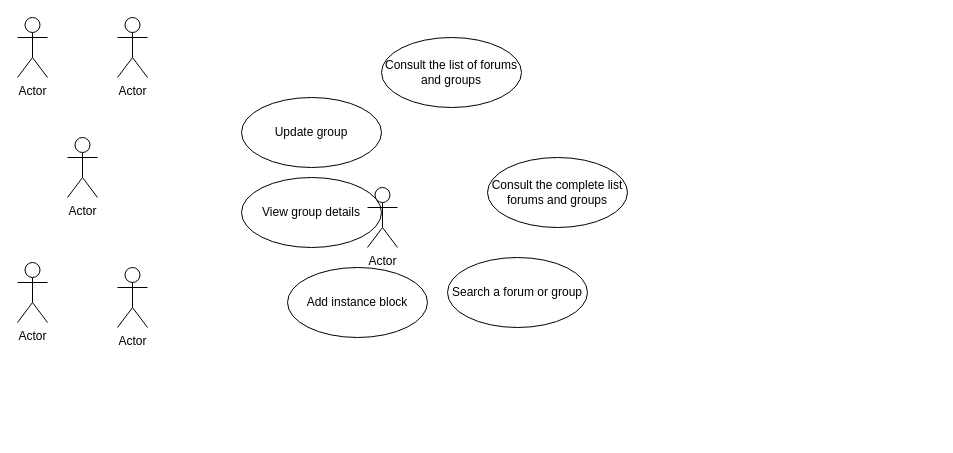
Before: Calculatrice/ES PKFRC use case block_course_resource.drawio in sngdtechnologies/Calculatrice, a draw.io diagram. Source tidied: cells renumbered, new cells numbered last; positions are measured from the earlier drawing's top-left corner, leaving out a move shared by most shapes. Both pictures are drawn from the tidied source at 100%, with x=0, y=0 at pixel (17, 17).
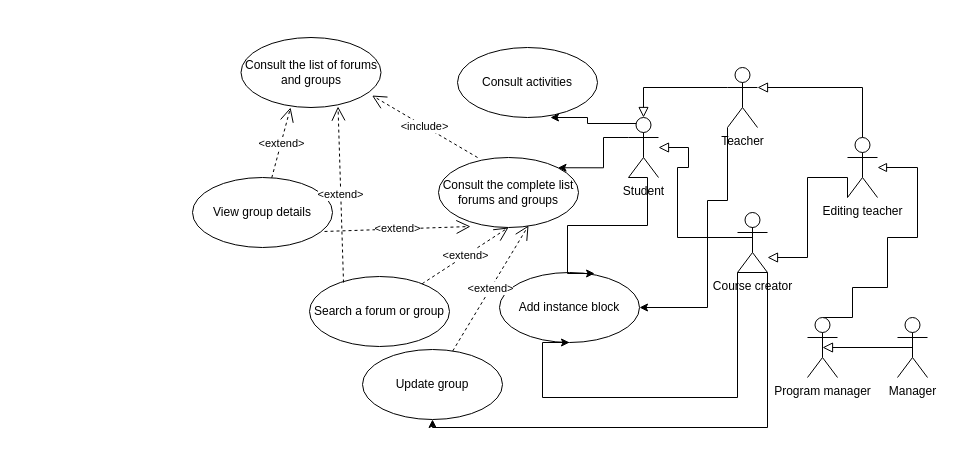
The same page after the edit.

Commit message:
Mettre à jour ES PKFRC use case block_course_resource.drawio

The edit, as a diff of the source:
```diff
@@
     <mxCell id="2" value="Add instance block" style="ellipse;whiteSpace=wrap;html=1;" parent="1" vertex="1">
-      <mxGeometry x="270" y="250" width="140" height="70" as="geometry" />
+      <mxGeometry x="482" y="255" width="140" height="70" as="geometry" />
     </mxCell>
     <mxCell id="3" value="View group details" style="ellipse;whiteSpace=wrap;html=1;" parent="1" vertex="1">
-      <mxGeometry x="224" y="160" width="140" height="70" as="geometry" />
+      <mxGeometry x="175" y="160" width="140" height="70" as="geometry" />
     </mxCell>
     <mxCell id="4" value="Update group" style="ellipse;whiteSpace=wrap;html=1;" parent="1" vertex="1">
-      <mxGeometry x="224" y="80" width="140" height="70" as="geometry" />
+      <mxGeometry x="345" y="332" width="140" height="70" as="geometry" />
     </mxCell>
     <mxCell id="5" value="Search a forum or group" style="ellipse;whiteSpace=wrap;html=1;" parent="1" vertex="1">
-      <mxGeometry x="430" y="240" width="140" height="70" as="geometry" />
+      <mxGeometry x="292" y="259" width="140" height="70" as="geometry" />
     </mxCell>
     <mxCell id="6" value="Consult the complete list forums and groups" style="ellipse;whiteSpace=wrap;html=1;" parent="1" vertex="1">
-      <mxGeometry x="470" y="140" width="140" height="70" as="geometry" />
+      <mxGeometry x="421" y="140" width="140" height="70" as="geometry" />
     </mxCell>
     <mxCell id="7" value="Consult the list of forums and groups" style="ellipse;whiteSpace=wrap;html=1;" parent="1" vertex="1">
-      <mxGeometry x="364" y="20" width="140" height="70" as="geometry" />
+      <mxGeometry x="223.5" y="20" width="140" height="70" as="geometry" />
     </mxCell>
+    <mxCell id="14" style="edgeStyle=orthogonalEdgeStyle;rounded=0;jettySize=auto;html=1;exitX=0;exitY=0.3333333333333333;exitDx=0;exitDy=0;exitPerimeter=0;entryX=1;entryY=0;entryDx=0;entryDy=0;" parent="1" edge="1" source="8" target="6">
+      <mxGeometry relative="1" as="geometry" />
+    </mxCell>
+    <mxCell id="15" style="edgeStyle=orthogonalEdgeStyle;rounded=0;jettySize=auto;html=1;exitX=0.25;exitY=0.1;exitDx=0;exitDy=0;exitPerimeter=0;entryX=0.664;entryY=1;entryDx=0;entryDy=0;entryPerimeter=0;" parent="1" edge="1" source="8" target="28">
+      <mxGeometry relative="1" as="geometry">
+        <Array as="points">
+          <mxPoint x="570" y="106" />
+          <mxPoint x="570" y="100" />
+        </Array>
+      </mxGeometry>
+    </mxCell>
-    <mxCell id="8" value="Actor" style="shape=umlActor;verticalLabelPosition=bottom;verticalAlign=top;html=1;" parent="1" vertex="1">
-      <mxGeometry x="350" y="170" width="30" height="60" as="geometry" />
+    <mxCell id="8" value="Student" style="shape=umlActor;verticalLabelPosition=bottom;verticalAlign=top;html=1;" parent="1" vertex="1">
+      <mxGeometry x="611" y="100" width="30" height="60" as="geometry" />
     </mxCell>
+    <mxCell id="16" style="edgeStyle=orthogonalEdgeStyle;rounded=0;jettySize=auto;html=1;exitX=0;exitY=1;exitDx=0;exitDy=0;exitPerimeter=0;" parent="1" edge="1" source="9" target="4">
+      <mxGeometry relative="1" as="geometry">
+        <Array as="points">
+          <mxPoint x="750" y="255" />
+          <mxPoint x="750" y="410" />
+          <mxPoint x="415" y="410" />
+        </Array>
+      </mxGeometry>
+    </mxCell>
+    <mxCell id="17" style="edgeStyle=orthogonalEdgeStyle;rounded=0;jettySize=auto;html=1;exitX=0.5;exitY=0;exitDx=0;exitDy=0;exitPerimeter=0;endArrow=block;endFill=0;endSize=8;" parent="1" edge="1" source="9" target="8">
+      <mxGeometry relative="1" as="geometry">
+        <Array as="points">
+          <mxPoint x="735" y="220" />
+          <mxPoint x="660" y="220" />
+          <mxPoint x="660" y="150" />
+          <mxPoint x="671" y="150" />
+          <mxPoint x="671" y="130" />
+        </Array>
+      </mxGeometry>
+    </mxCell>
-    <mxCell id="9" value="Actor" style="shape=umlActor;verticalLabelPosition=bottom;verticalAlign=top;html=1;" parent="1" vertex="1">
-      <mxGeometry x="100" y="250" width="30" height="60" as="geometry" />
+    <mxCell id="9" value="Course creator" style="shape=umlActor;verticalLabelPosition=bottom;verticalAlign=top;html=1;" parent="1" vertex="1">
+      <mxGeometry x="720" y="195" width="30" height="60" as="geometry" />
     </mxCell>
+    <mxCell id="18" style="edgeStyle=orthogonalEdgeStyle;rounded=0;jettySize=auto;html=1;exitX=0;exitY=1;exitDx=0;exitDy=0;exitPerimeter=0;" parent="1" edge="1" source="10" target="2">
+      <mxGeometry relative="1" as="geometry">
+        <Array as="points">
+          <mxPoint x="710" y="183" />
+          <mxPoint x="690" y="183" />
+          <mxPoint x="690" y="290" />
+        </Array>
+      </mxGeometry>
+    </mxCell>
-    <mxCell id="10" value="Actor" style="shape=umlActor;verticalLabelPosition=bottom;verticalAlign=top;html=1;" parent="1" vertex="1">
-      <mxGeometry y="245" width="30" height="60" as="geometry" />
+    <mxCell id="10" value="Teacher" style="shape=umlActor;verticalLabelPosition=bottom;verticalAlign=top;html=1;" parent="1" vertex="1">
+      <mxGeometry x="710" y="50" width="30" height="60" as="geometry" />
     </mxCell>
+    <mxCell id="19" style="edgeStyle=orthogonalEdgeStyle;rounded=0;jettySize=auto;html=1;exitX=0;exitY=1;exitDx=0;exitDy=0;exitPerimeter=0;endArrow=block;endFill=0;endSize=8;" parent="1" edge="1" source="11" target="9">
+      <mxGeometry relative="1" as="geometry">
+        <Array as="points">
+          <mxPoint x="830" y="160" />
+          <mxPoint x="790" y="160" />
+          <mxPoint x="790" y="240" />
+        </Array>
+      </mxGeometry>
+    </mxCell>
-    <mxCell id="11" value="Actor" style="shape=umlActor;verticalLabelPosition=bottom;verticalAlign=top;html=1;" parent="1" vertex="1">
-      <mxGeometry x="50" y="120" width="30" height="60" as="geometry" />
+    <mxCell id="11" value="Editing teacher" style="shape=umlActor;verticalLabelPosition=bottom;verticalAlign=top;html=1;" parent="1" vertex="1">
+      <mxGeometry x="830" y="120" width="30" height="60" as="geometry" />
     </mxCell>
+    <mxCell id="20" style="edgeStyle=orthogonalEdgeStyle;rounded=0;jettySize=auto;html=1;exitX=0.5;exitY=0;exitDx=0;exitDy=0;exitPerimeter=0;endArrow=block;endFill=0;endSize=7;" parent="1" edge="1" source="12" target="11">
+      <mxGeometry relative="1" as="geometry">
+        <Array as="points">
+          <mxPoint x="835" y="270" />
+          <mxPoint x="870" y="270" />
+          <mxPoint x="870" y="220" />
+          <mxPoint x="900" y="220" />
+          <mxPoint x="900" y="150" />
+        </Array>
+      </mxGeometry>
+    </mxCell>
-    <mxCell id="12" value="Actor" style="shape=umlActor;verticalLabelPosition=bottom;verticalAlign=top;html=1;" parent="1" vertex="1">
-      <mxGeometry x="100" width="30" height="60" as="geometry" />
+    <mxCell id="12" value="Program manager" style="shape=umlActor;verticalLabelPosition=bottom;verticalAlign=top;html=1;" parent="1" vertex="1">
+      <mxGeometry x="790" y="300" width="30" height="60" as="geometry" />
     </mxCell>
+    <mxCell id="21" style="edgeStyle=orthogonalEdgeStyle;rounded=0;jettySize=auto;html=1;exitX=0.5;exitY=0.5;exitDx=0;exitDy=0;exitPerimeter=0;entryX=0.5;entryY=0.5;entryDx=0;entryDy=0;entryPerimeter=0;endArrow=block;endFill=0;endSize=8;" parent="1" edge="1" source="13" target="12">
+      <mxGeometry relative="1" as="geometry" />
+    </mxCell>
-    <mxCell id="13" value="Actor" style="shape=umlActor;verticalLabelPosition=bottom;verticalAlign=top;html=1;" parent="1" vertex="1">
-      <mxGeometry width="30" height="60" as="geometry" />
+    <mxCell id="13" value="Manager" style="shape=umlActor;verticalLabelPosition=bottom;verticalAlign=top;html=1;" parent="1" vertex="1">
+      <mxGeometry x="880" y="300" width="30" height="60" as="geometry" />
     </mxCell>
+    <mxCell id="22" value="&amp;lt;include&amp;gt;" style="endArrow=open;endSize=12;dashed=1;html=1;rounded=0;entryX=0.936;entryY=0.829;entryDx=0;entryDy=0;entryPerimeter=0;exitX=0.279;exitY=0;exitDx=0;exitDy=0;exitPerimeter=0;" parent="1" edge="1" source="6" target="7">
+      <mxGeometry x="0.01" relative="1" as="geometry" />
+    </mxCell>
+    <mxCell id="23" value="&amp;lt;extend&amp;gt;" style="endArrow=open;endSize=12;dashed=1;html=1;rounded=0;entryX=0.643;entryY=0.971;entryDx=0;entryDy=0;entryPerimeter=0;" parent="1" edge="1" source="4" target="6">
+      <mxGeometry relative="1" as="geometry" />
+    </mxCell>
+    <mxCell id="24" value="&amp;lt;extend&amp;gt;" style="endArrow=open;endSize=12;dashed=1;html=1;rounded=0;entryX=0.354;entryY=1;entryDx=0;entryDy=0;entryPerimeter=0;" parent="1" edge="1" source="3" target="7">
+      <mxGeometry relative="1" as="geometry" />
+    </mxCell>
+    <mxCell id="25" value="&amp;lt;extend&amp;gt;" style="endArrow=open;endSize=12;dashed=1;html=1;rounded=0;exitX=0.943;exitY=0.771;exitDx=0;exitDy=0;exitPerimeter=0;" parent="1" edge="1" source="3">
+      <mxGeometry relative="1" as="geometry">
+        <mxPoint x="453" y="209" as="targetPoint" />
+      </mxGeometry>
+    </mxCell>
+    <mxCell id="26" value="&amp;lt;extend&amp;gt;" style="endArrow=open;endSize=12;dashed=1;html=1;rounded=0;entryX=0.5;entryY=1;entryDx=0;entryDy=0;" parent="1" edge="1" source="5" target="6">
+      <mxGeometry relative="1" as="geometry" />
+    </mxCell>
+    <mxCell id="27" value="&amp;lt;extend&amp;gt;" style="endArrow=open;endSize=12;dashed=1;html=1;rounded=0;entryX=0.693;entryY=0.986;entryDx=0;entryDy=0;entryPerimeter=0;exitX=0.243;exitY=0.086;exitDx=0;exitDy=0;exitPerimeter=0;" parent="1" edge="1" source="5" target="7">
+      <mxGeometry relative="1" as="geometry" />
+    </mxCell>
+    <mxCell id="28" value="Consult activities" style="ellipse;whiteSpace=wrap;html=1;" parent="1" vertex="1">
+      <mxGeometry x="440" y="30" width="140" height="70" as="geometry" />
+    </mxCell>
+    <mxCell id="29" style="edgeStyle=orthogonalEdgeStyle;rounded=0;jettySize=auto;html=1;exitX=0;exitY=1;exitDx=0;exitDy=0;exitPerimeter=0;entryX=0.679;entryY=0.014;entryDx=0;entryDy=0;entryPerimeter=0;" parent="1" edge="1" source="8" target="2">
+      <mxGeometry relative="1" as="geometry">
+        <Array as="points">
+          <mxPoint x="630" y="160" />
+          <mxPoint x="630" y="208" />
+          <mxPoint x="550" y="208" />
+        </Array>
+      </mxGeometry>
+    </mxCell>
+    <mxCell id="30" style="edgeStyle=orthogonalEdgeStyle;rounded=0;jettySize=auto;html=1;entryX=0.5;entryY=1;entryDx=0;entryDy=0;" parent="1" edge="1" source="9" target="2">
+      <mxGeometry relative="1" as="geometry">
+        <Array as="points">
+          <mxPoint x="720" y="380" />
+          <mxPoint x="525" y="380" />
+        </Array>
+      </mxGeometry>
+    </mxCell>
+    <mxCell id="31" style="edgeStyle=orthogonalEdgeStyle;rounded=0;jettySize=auto;html=1;exitX=0;exitY=0.3333333333333333;exitDx=0;exitDy=0;exitPerimeter=0;entryX=0.5;entryY=0;entryDx=0;entryDy=0;entryPerimeter=0;endArrow=block;endFill=0;endSize=8;" parent="1" edge="1" source="10" target="8">
+      <mxGeometry relative="1" as="geometry" />
+    </mxCell>
+    <mxCell id="32" style="edgeStyle=orthogonalEdgeStyle;rounded=0;jettySize=auto;html=1;exitX=0.5;exitY=0;exitDx=0;exitDy=0;exitPerimeter=0;entryX=1;entryY=0.3333333333333333;entryDx=0;entryDy=0;entryPerimeter=0;endArrow=block;endFill=0;endSize=8;" parent="1" edge="1" source="11" target="10">
+      <mxGeometry relative="1" as="geometry" />
+    </mxCell>
```
